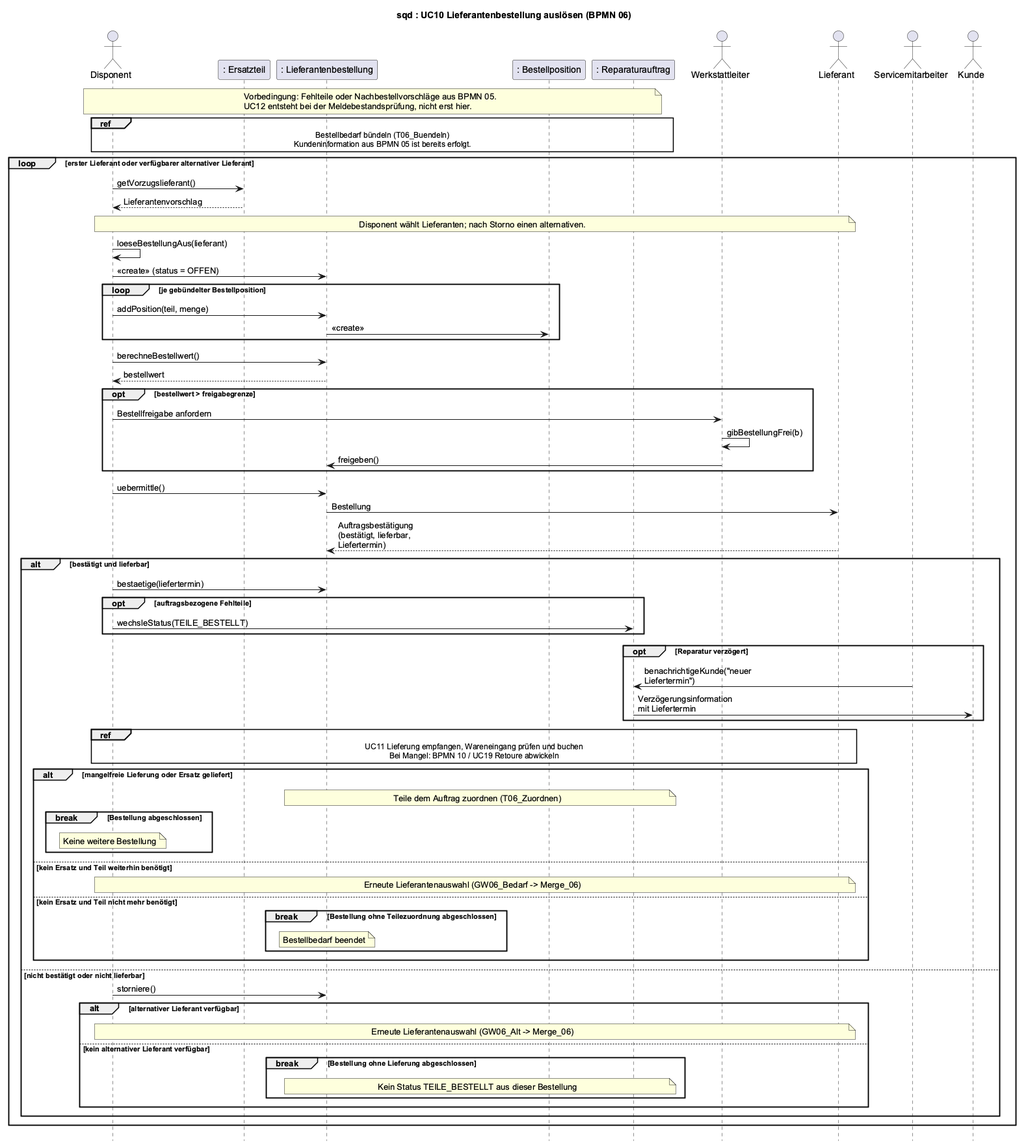
Before: uml/sequenz-06-nachbestellvorschlag.png, a diagram exported from PlantUML (jakobschwan123-cmd/casestudy-semester-3).
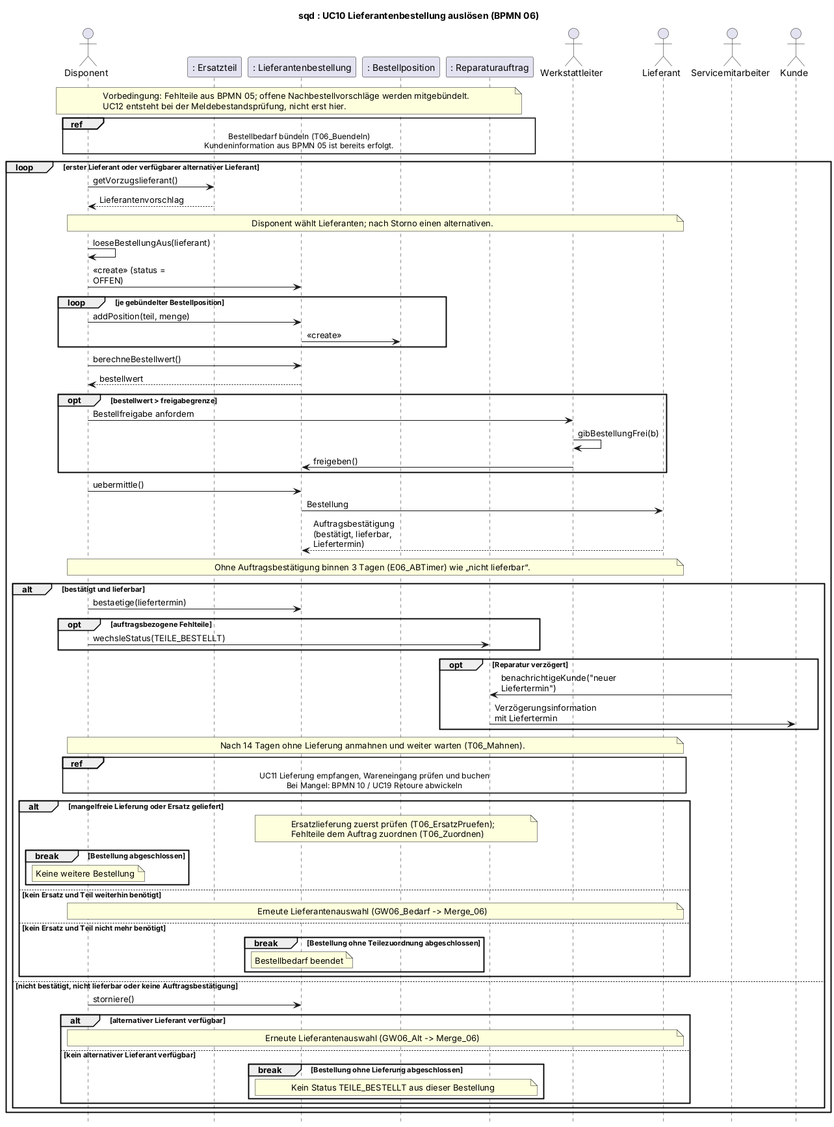
After the change.

Change to the diagram source:
```diff
@@ -15,7 +15,7 @@
 actor Servicemitarbeiter as SM
 actor Kunde
 
-note over Disponent, RA : Vorbedingung: Fehlteile oder Nachbestellvorschläge aus BPMN 05.\nUC12 entsteht bei der Meldebestandsprüfung, nicht erst hier.
+note over Disponent, RA : Vorbedingung: Fehlteile aus BPMN 05; offene Nachbestellvorschläge werden mitgebündelt.\nUC12 entsteht bei der Meldebestandsprüfung, nicht erst hier.
 ref over Disponent, RA : Bestellbedarf bündeln (T06_Buendeln)\nKundeninformation aus BPMN 05 ist bereits erfolgt.
 loop erster Lieferant oder verfügbarer alternativer Lieferant
     Disponent -> ET : getVorzugslieferant()
@@ -37,6 +37,7 @@
     Disponent -> BEST : uebermittle()
     BEST -> Lieferant : Bestellung
     Lieferant --> BEST : Auftragsbestätigung (bestätigt, lieferbar, Liefertermin)
+    note over Disponent, Lieferant : Ohne Auftragsbestätigung binnen 3 Tagen (E06_ABTimer) wie „nicht lieferbar“.
     alt bestätigt und lieferbar
         Disponent -> BEST : bestaetige(liefertermin)
         opt auftragsbezogene Fehlteile
@@ -46,9 +47,10 @@
             SM -> RA : benachrichtigeKunde("neuer Liefertermin")
             RA -> Kunde : Verzögerungsinformation mit Liefertermin
         end
+        note over Disponent, Lieferant : Nach 14 Tagen ohne Lieferung anmahnen und weiter warten (T06_Mahnen).
         ref over Disponent, BEST, Lieferant : UC11 Lieferung empfangen, Wareneingang prüfen und buchen\nBei Mangel: BPMN 10 / UC19 Retoure abwickeln
         alt mangelfreie Lieferung oder Ersatz geliefert
-            note over BEST, RA : Teile dem Auftrag zuordnen (T06_Zuordnen)
+            note over BEST, RA : Ersatzlieferung zuerst prüfen (T06_ErsatzPruefen);\nFehlteile dem Auftrag zuordnen (T06_Zuordnen)
             break Bestellung abgeschlossen
                 note over Disponent : Keine weitere Bestellung
             end
@@ -59,7 +61,7 @@
                 note over BEST : Bestellbedarf beendet
             end
         end
-    else nicht bestätigt oder nicht lieferbar
+    else nicht bestätigt, nicht lieferbar oder keine Auftragsbestätigung
         Disponent -> BEST : storniere()
         alt alternativer Lieferant verfügbar
             note over Disponent, Lieferant : Erneute Lieferantenauswahl (GW06_Alt -> Merge_06)
```
